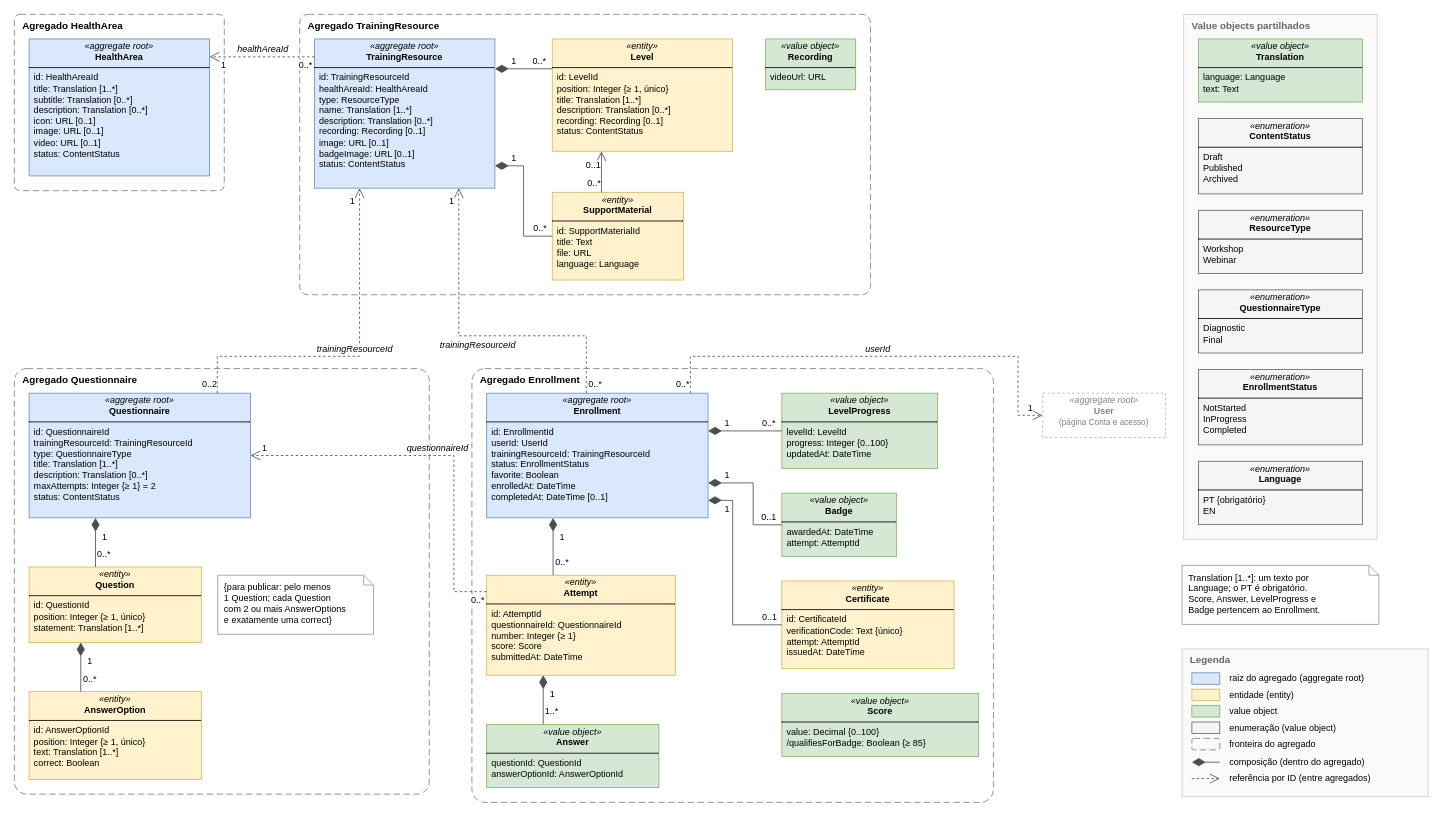
Earlier version of the draw.io diagram page "Formação e questionários" (3 of 4) of docs/uml/modelo-dominio.drawio (escobar0304/ProjInter-2-1). Source tidied: cells renumbered, new cells numbered last; positions are measured from the earlier drawing's top-left corner, leaving out a move shared by most shapes. Both pictures are drawn from the tidied source at 82%, with x=0, y=0 at pixel (14, 14).
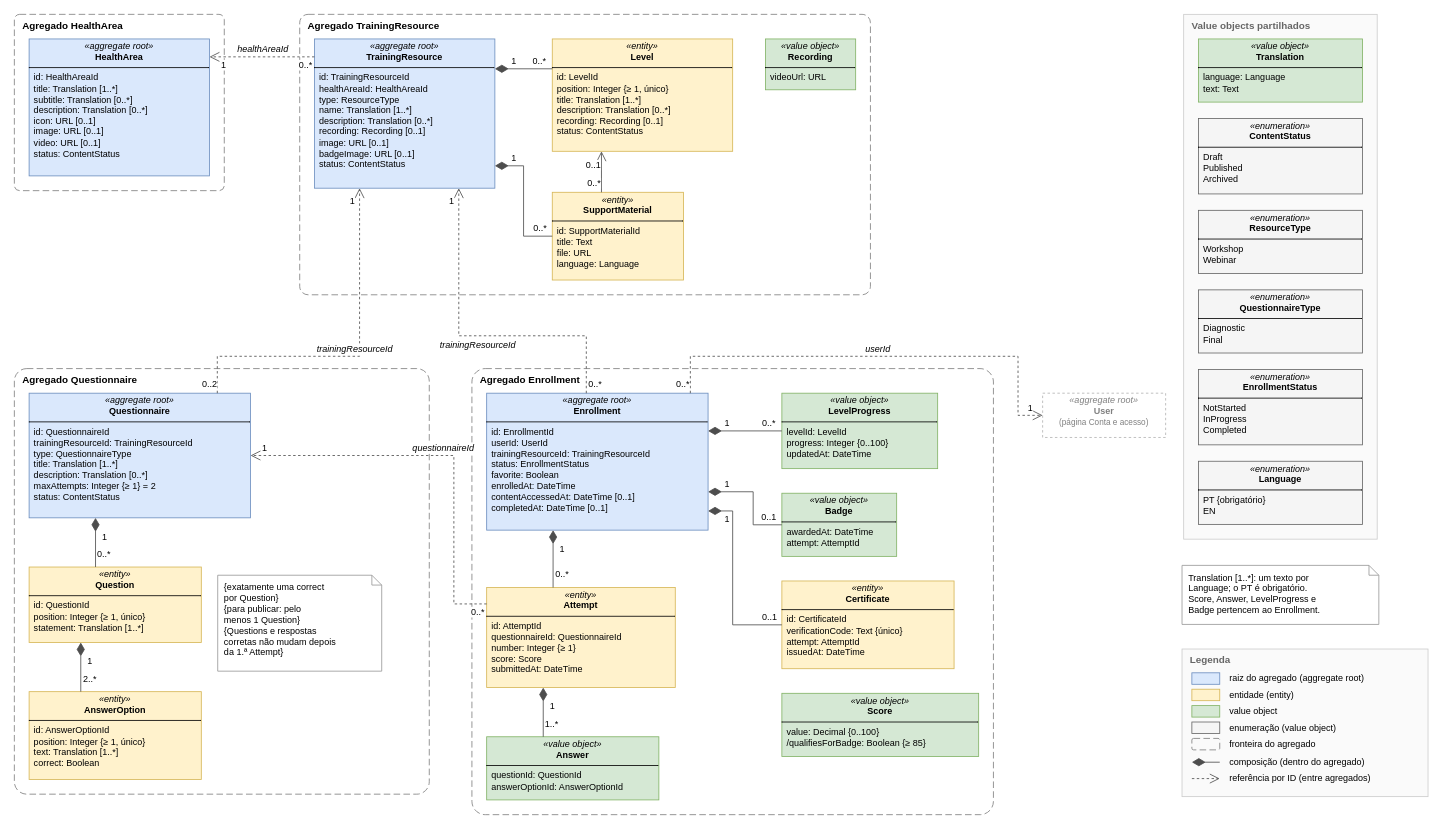
The same diagram, later.

Commit message (it also covers changes not shown here):
UML: contentAccessedAt no Enrollment e regras das perguntas no diagrama do Questionnaire

Unchanged cells that the change refers to:
```xml
<mxCell id="18" value="&lt;div style=&quot;text-align:center;margin-top:3px;&quot;&gt;&lt;i&gt;«aggregate root»&lt;/i&gt;&lt;br&gt;&lt;b&gt;Questionnaire&lt;/b&gt;&lt;/div&gt;&lt;hr size=&quot;1&quot; style=&quot;border-style:solid;&quot;&gt;&lt;div style=&quot;margin-left:6px;&quot;&gt;id: QuestionnaireId&lt;br&gt;trainingResourceId: TrainingResourceId&lt;br&gt;type: QuestionnaireType&lt;br&gt;title: Translation [1..*]&lt;br&gt;description: Translation [0..*]&lt;br&gt;maxAttempts: Integer {≥ 1} = 2&lt;br&gt;status: ContentStatus&lt;/div&gt;" style="html=1;whiteSpace=wrap;verticalAlign=top;align=left;overflow=fill;fontSize=11;spacing=0;fillColor=#dae8fc;strokeColor=#6c8ebf;" parent="1" vertex="1">
  <mxGeometry x="18" y="462" width="270" height="152" as="geometry" />
</mxCell>
<mxCell id="24" value="&lt;div style=&quot;text-align:center;margin-top:3px;&quot;&gt;&lt;i&gt;«value object»&lt;/i&gt;&lt;br&gt;&lt;b&gt;LevelProgress&lt;/b&gt;&lt;/div&gt;&lt;hr size=&quot;1&quot; style=&quot;border-style:solid;&quot;&gt;&lt;div style=&quot;margin-left:6px;&quot;&gt;levelId: LevelId&lt;br&gt;progress: Integer {0..100}&lt;br&gt;updatedAt: DateTime&lt;/div&gt;" style="html=1;whiteSpace=wrap;verticalAlign=top;align=left;overflow=fill;fontSize=11;spacing=0;fillColor=#d5e8d4;strokeColor=#82b366;" parent="1" vertex="1">
  <mxGeometry x="936" y="462" width="190" height="92" as="geometry" />
</mxCell>
<mxCell id="25" value="&lt;div style=&quot;text-align:center;margin-top:3px;&quot;&gt;&lt;i&gt;«value object»&lt;/i&gt;&lt;br&gt;&lt;b&gt;Badge&lt;/b&gt;&lt;/div&gt;&lt;hr size=&quot;1&quot; style=&quot;border-style:solid;&quot;&gt;&lt;div style=&quot;margin-left:6px;&quot;&gt;awardedAt: DateTime&lt;br&gt;attempt: AttemptId&lt;/div&gt;" style="html=1;whiteSpace=wrap;verticalAlign=top;align=left;overflow=fill;fontSize=11;spacing=0;fillColor=#d5e8d4;strokeColor=#82b366;" parent="1" vertex="1">
  <mxGeometry x="936" y="584" width="140" height="77" as="geometry" />
</mxCell>
<mxCell id="26" value="&lt;div style=&quot;text-align:center;margin-top:3px;&quot;&gt;&lt;i&gt;«entity»&lt;/i&gt;&lt;br&gt;&lt;b&gt;Certificate&lt;/b&gt;&lt;/div&gt;&lt;hr size=&quot;1&quot; style=&quot;border-style:solid;&quot;&gt;&lt;div style=&quot;margin-left:6px;&quot;&gt;id: CertificateId&lt;br&gt;verificationCode: Text {único}&lt;br&gt;attempt: AttemptId&lt;br&gt;issuedAt: DateTime&lt;/div&gt;" style="html=1;whiteSpace=wrap;verticalAlign=top;align=left;overflow=fill;fontSize=11;spacing=0;fillColor=#fff2cc;strokeColor=#d6b656;" parent="1" vertex="1">
  <mxGeometry x="936" y="691" width="210" height="107" as="geometry" />
</mxCell>
<mxCell id="60" style="html=1;rounded=0;edgeStyle=none;endFill=0;fontSize=11;strokeColor=#4d4d4d;startArrow=diamondThin;startFill=1;startSize=14;endArrow=none;exitX=0.3;exitY=1;exitDx=0;exitDy=0;exitPerimeter=0;entryX=0.3;entryY=0;entryDx=0;entryDy=0;entryPerimeter=0;" parent="1" edge="1" source="19" target="20">
  <mxGeometry relative="1" as="geometry" />
</mxCell>
```

What changed in the source:
```diff
@@
     <mxCell id="5" value="Agregado Enrollment" style="rounded=1;arcSize=3;dashed=1;dashPattern=8 4;fillColor=none;strokeColor=#7f7f7f;verticalAlign=top;align=left;spacingLeft=8;spacingTop=0;fontStyle=1;fontSize=12;html=1;" parent="1" vertex="1">
-      <mxGeometry x="558" y="432" width="636" height="529" as="geometry" />
+      <mxGeometry x="558" y="432" width="636" height="544" as="geometry" />
     </mxCell>
@@
-    <mxCell id="21" value="&lt;div style=&quot;text-align:center;margin-top:3px;&quot;&gt;&lt;i&gt;«aggregate root»&lt;/i&gt;&lt;br&gt;&lt;b&gt;Enrollment&lt;/b&gt;&lt;/div&gt;&lt;hr size=&quot;1&quot; style=&quot;border-style:solid;&quot;&gt;&lt;div style=&quot;margin-left:6px;&quot;&gt;id: EnrollmentId&lt;br&gt;userId: UserId&lt;br&gt;trainingResourceId: TrainingResourceId&lt;br&gt;status: EnrollmentStatus&lt;br&gt;favorite: Boolean&lt;br&gt;enrolledAt: DateTime&lt;br&gt;completedAt: DateTime [0..1]&lt;/div&gt;" style="html=1;whiteSpace=wrap;verticalAlign=top;align=left;overflow=fill;fontSize=11;spacing=0;fillColor=#dae8fc;strokeColor=#6c8ebf;" parent="1" vertex="1">
-      <mxGeometry x="576" y="462" width="270" height="152" as="geometry" />
+    <mxCell id="21" value="&lt;div style=&quot;text-align:center;margin-top:3px;&quot;&gt;&lt;i&gt;«aggregate root»&lt;/i&gt;&lt;br&gt;&lt;b&gt;Enrollment&lt;/b&gt;&lt;/div&gt;&lt;hr size=&quot;1&quot; style=&quot;border-style:solid;&quot;&gt;&lt;div style=&quot;margin-left:6px;&quot;&gt;id: EnrollmentId&lt;br&gt;userId: UserId&lt;br&gt;trainingResourceId: TrainingResourceId&lt;br&gt;status: EnrollmentStatus&lt;br&gt;favorite: Boolean&lt;br&gt;enrolledAt: DateTime&lt;br&gt;contentAccessedAt: DateTime [0..1]&lt;br&gt;completedAt: DateTime [0..1]&lt;/div&gt;" style="html=1;whiteSpace=wrap;verticalAlign=top;align=left;overflow=fill;fontSize=11;spacing=0;fillColor=#dae8fc;strokeColor=#6c8ebf;" parent="1" vertex="1">
+      <mxGeometry x="576" y="462" width="270" height="167" as="geometry" />
     </mxCell>
     <mxCell id="22" value="&lt;div style=&quot;text-align:center;margin-top:3px;&quot;&gt;&lt;i&gt;«entity»&lt;/i&gt;&lt;br&gt;&lt;b&gt;Attempt&lt;/b&gt;&lt;/div&gt;&lt;hr size=&quot;1&quot; style=&quot;border-style:solid;&quot;&gt;&lt;div style=&quot;margin-left:6px;&quot;&gt;id: AttemptId&lt;br&gt;questionnaireId: QuestionnaireId&lt;br&gt;number: Integer {≥ 1}&lt;br&gt;score: Score&lt;br&gt;submittedAt: DateTime&lt;/div&gt;" style="html=1;whiteSpace=wrap;verticalAlign=top;align=left;overflow=fill;fontSize=11;spacing=0;fillColor=#fff2cc;strokeColor=#d6b656;" parent="1" vertex="1">
-      <mxGeometry x="576" y="684" width="230" height="122" as="geometry" />
+      <mxGeometry x="576" y="699" width="230" height="122" as="geometry" />
     </mxCell>
     <mxCell id="23" value="&lt;div style=&quot;text-align:center;margin-top:3px;&quot;&gt;&lt;i&gt;«value object»&lt;/i&gt;&lt;br&gt;&lt;b&gt;Answer&lt;/b&gt;&lt;/div&gt;&lt;hr size=&quot;1&quot; style=&quot;border-style:solid;&quot;&gt;&lt;div style=&quot;margin-left:6px;&quot;&gt;questionId: QuestionId&lt;br&gt;answerOptionId: AnswerOptionId&lt;/div&gt;" style="html=1;whiteSpace=wrap;verticalAlign=top;align=left;overflow=fill;fontSize=11;spacing=0;fillColor=#d5e8d4;strokeColor=#82b366;" parent="1" vertex="1">
-      <mxGeometry x="576" y="866" width="210" height="77" as="geometry" />
+      <mxGeometry x="576" y="881" width="210" height="77" as="geometry" />
     </mxCell>
@@
-    <mxCell id="35" value="{para publicar: pelo menos&lt;br&gt;1 Question; cada Question&lt;br&gt;com 2 ou mais AnswerOptions&lt;br&gt;e exatamente uma correct}" style="shape=note;size=12;whiteSpace=wrap;html=1;fillColor=#ffffff;strokeColor=#999999;align=left;verticalAlign=top;spacingLeft=6;spacingTop=2;fontSize=11;" parent="1" vertex="1">
-      <mxGeometry x="248" y="684" width="190" height="72" as="geometry" />
+    <mxCell id="35" value="{exatamente uma correct&lt;br&gt;por Question}&lt;br&gt;{para publicar: pelo&lt;br&gt;menos 1 Question}&lt;br&gt;{Questions e respostas&lt;br&gt;corretas não mudam depois&lt;br&gt;da 1.ª Attempt}" style="shape=note;size=12;whiteSpace=wrap;html=1;fillColor=#ffffff;strokeColor=#999999;align=left;verticalAlign=top;spacingLeft=6;spacingTop=2;fontSize=11;" parent="1" vertex="1">
+      <mxGeometry x="248" y="684" width="200" height="117" as="geometry" />
     </mxCell>
@@
-    <mxCell id="62" value="0..*" style="edgeLabel;html=1;align=center;verticalAlign=middle;fontSize=11;labelBackgroundColor=#ffffff;" parent="60" vertex="1">
+    <mxCell id="62" value="2..*" style="edgeLabel;html=1;align=center;verticalAlign=middle;fontSize=11;labelBackgroundColor=#ffffff;" parent="60" vertex="1">
       <mxGeometry x="1" relative="1" as="geometry">
         <mxPoint x="10" y="-16" as="offset" />
       </mxGeometry>
     </mxCell>
@@
-    <mxCell id="69" style="html=1;rounded=0;edgeStyle=none;endFill=0;fontSize=11;strokeColor=#4d4d4d;startArrow=diamondThin;startFill=1;startSize=14;endArrow=none;exitX=1;exitY=0.302632;exitDx=0;exitDy=0;exitPerimeter=0;entryX=0;entryY=0.5;entryDx=0;entryDy=0;entryPerimeter=0;" parent="1" edge="1" source="21" target="24">
+    <mxCell id="69" style="html=1;rounded=0;edgeStyle=none;endFill=0;fontSize=11;strokeColor=#4d4d4d;startArrow=diamondThin;startFill=1;startSize=14;endArrow=none;exitX=1;exitY=0.275449;exitDx=0;exitDy=0;exitPerimeter=0;entryX=0;entryY=0.5;entryDx=0;entryDy=0;entryPerimeter=0;" parent="1" edge="1" source="21" target="24">
       <mxGeometry relative="1" as="geometry" />
     </mxCell>
@@
     <mxCell id="72" style="html=1;rounded=0;edgeStyle=none;endFill=0;fontSize=11;strokeColor=#4d4d4d;startArrow=diamondThin;startFill=1;startSize=14;endArrow=none;exitX=1;exitY=0.72;exitDx=0;exitDy=0;exitPerimeter=0;entryX=0;entryY=0.5;entryDx=0;entryDy=0;entryPerimeter=0;" parent="1" edge="1" source="21" target="25">
       <mxGeometry relative="1" as="geometry">
         <Array as="points">
-          <mxPoint x="901" y="571.4" />
+          <mxPoint x="901" y="582.2" />
           <mxPoint x="901" y="622.5" />
         </Array>
       </mxGeometry>
     </mxCell>
@@
     <mxCell id="75" style="html=1;rounded=0;edgeStyle=none;endFill=0;fontSize=11;strokeColor=#4d4d4d;startArrow=diamondThin;startFill=1;startSize=14;endArrow=none;exitX=1;exitY=0.86;exitDx=0;exitDy=0;exitPerimeter=0;entryX=0;entryY=0.5;entryDx=0;entryDy=0;entryPerimeter=0;" parent="1" edge="1" source="21" target="26">
       <mxGeometry relative="1" as="geometry">
         <Array as="points">
-          <mxPoint x="876" y="592.7" />
+          <mxPoint x="876" y="605.6" />
           <mxPoint x="876" y="744.5" />
         </Array>
       </mxGeometry>
     </mxCell>
@@
     <mxCell id="86" style="html=1;rounded=0;edgeStyle=none;endFill=0;fontSize=11;strokeColor=#4d4d4d;dashed=1;endArrow=open;endSize=10;startArrow=none;exitX=0;exitY=0.163934;exitDx=0;exitDy=0;exitPerimeter=0;entryX=1;entryY=0.5;entryDx=0;entryDy=0;entryPerimeter=0;" parent="1" edge="1" source="22" target="18">
       <mxGeometry relative="1" as="geometry">
         <Array as="points">
-          <mxPoint x="536" y="704" />
+          <mxPoint x="536" y="719" />
           <mxPoint x="536" y="538" />
         </Array>
       </mxGeometry>
     </mxCell>
```
